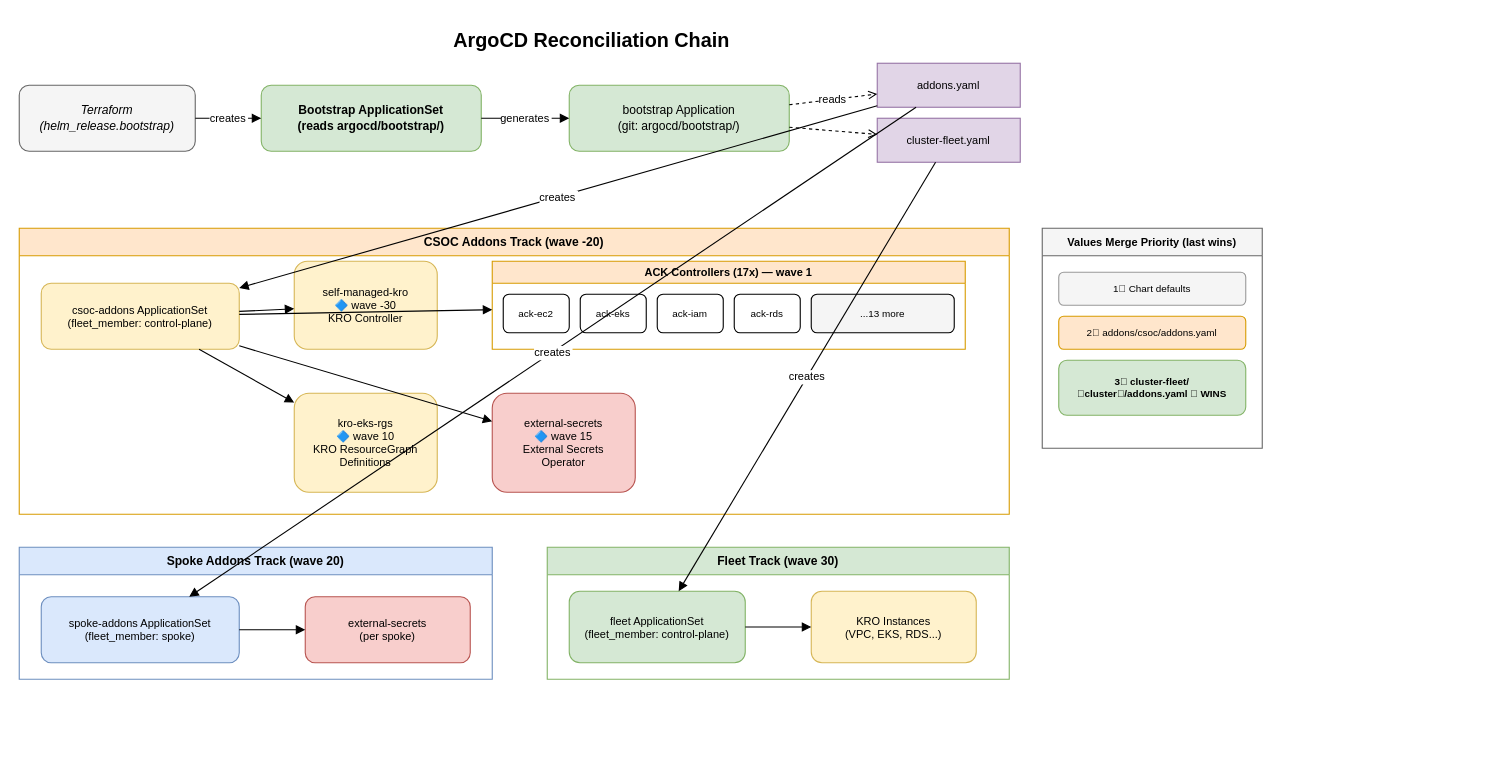
This is docs/diagrams/argocd-reconciliation.drawio from indiana-university/gen3-kro, a draw.io file, before an edit. Source tidied: cells renumbered, new cells numbered last; positions are measured from the earlier drawing's top-left corner, leaving out a move shared by most shapes. Both pictures are drawn from the tidied source at 110%, with x=0, y=0 at pixel (19, 19).
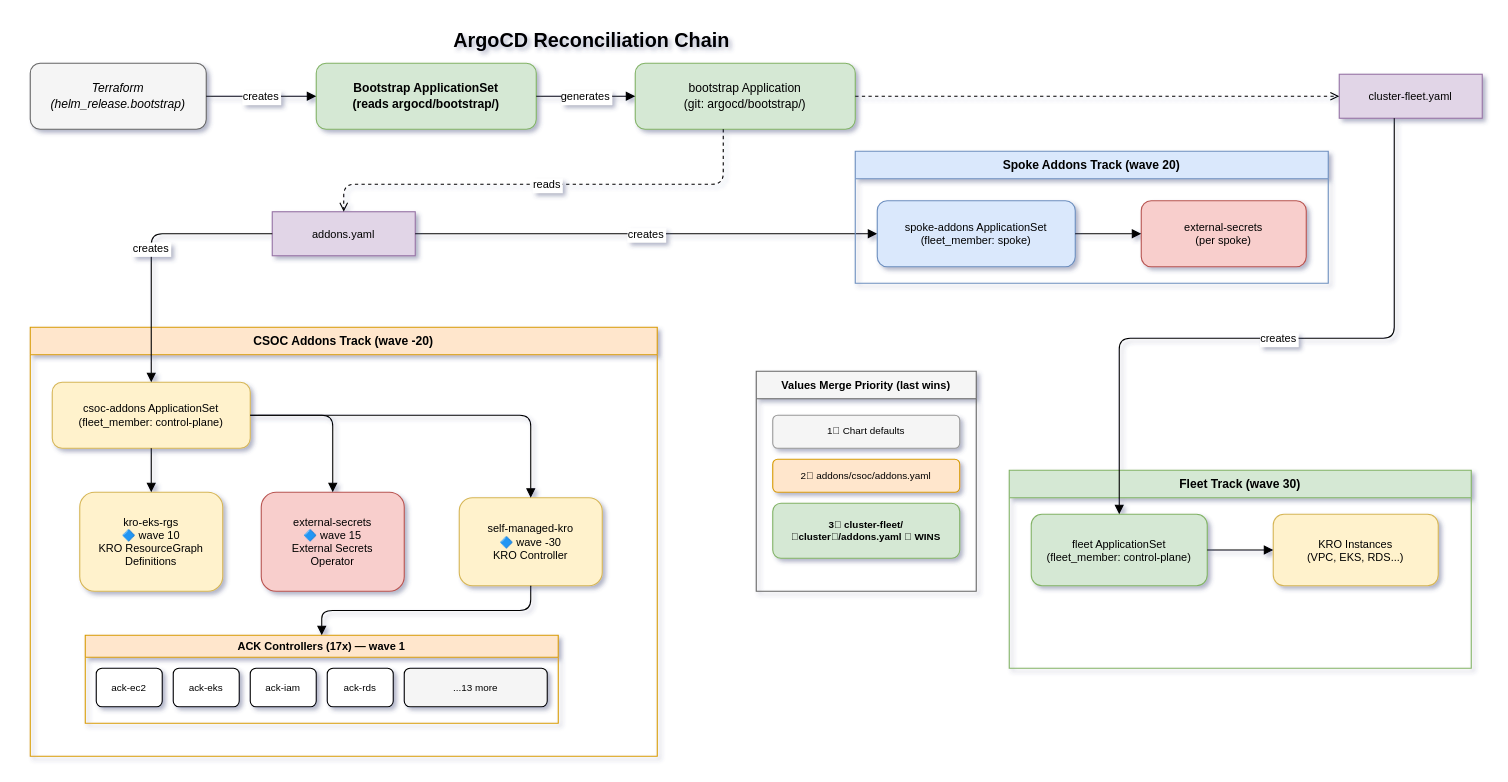
The same diagram, later.

The edit, as a diff of the source:
```diff
@@
-<mxGraphModel background="#FFFFFF">
+<mxGraphModel shadow="1">
@@
-    <mxCell id="3" value="Terraform&#10;(helm_release.bootstrap)" style="rounded=1;whiteSpace=wrap;fillColor=#f5f5f5;strokeColor=#666666;fontSize=11;fontStyle=2;" parent="1" vertex="1">
-      <mxGeometry y="60" width="160" height="60" as="geometry" />
+    <mxCell id="3" value="Terraform&#10;(helm_release.bootstrap)" style="rounded=1;whiteSpace=wrap;fillColor=#f5f5f5;strokeColor=#666666;fontSize=11;fontStyle=2;labelBorderColor=none;fontColor=#000000;" parent="1" vertex="1">
+      <mxGeometry x="10" y="40" width="160" height="60" as="geometry" />
     </mxCell>
-    <mxCell id="4" value="Bootstrap ApplicationSet&#10;(reads argocd/bootstrap/)" style="rounded=1;whiteSpace=wrap;fillColor=#d5e8d4;strokeColor=#82b366;fontSize=11;fontStyle=1;" parent="1" vertex="1">
-      <mxGeometry x="220" y="60" width="200" height="60" as="geometry" />
+    <mxCell id="4" value="Bootstrap ApplicationSet&#10;(reads argocd/bootstrap/)" style="rounded=1;whiteSpace=wrap;fillColor=#d5e8d4;strokeColor=#82b366;fontSize=11;fontStyle=1;labelBorderColor=none;fontColor=#000000;" parent="1" vertex="1">
+      <mxGeometry x="270" y="40" width="200" height="60" as="geometry" />
     </mxCell>
@@
-    <mxCell id="6" value="bootstrap Application&#10;(git: argocd/bootstrap/)" style="rounded=1;whiteSpace=wrap;fillColor=#d5e8d4;strokeColor=#82b366;fontSize=11;" parent="1" vertex="1">
-      <mxGeometry x="500" y="60" width="200" height="60" as="geometry" />
+    <mxCell id="6" value="bootstrap Application&#10;(git: argocd/bootstrap/)" style="rounded=1;whiteSpace=wrap;fillColor=#d5e8d4;strokeColor=#82b366;fontSize=11;labelBorderColor=none;fontColor=#000000;" parent="1" vertex="1">
+      <mxGeometry x="560" y="40" width="200" height="60" as="geometry" />
     </mxCell>
-    <mxCell id="7" value="generates" style="endArrow=block;endFill=1;fontSize=10;" parent="1" edge="1" source="4" target="6">
+    <mxCell id="7" value="generates" style="endArrow=block;endFill=1;fontSize=10;edgeStyle=orthogonalEdgeStyle;" parent="1" edge="1" source="4" target="6">
       <mxGeometry relative="1" as="geometry" />
     </mxCell>
-    <mxCell id="8" value="addons.yaml" style="rounded=0;whiteSpace=wrap;fillColor=#e1d5e7;strokeColor=#9673a6;fontSize=10;" parent="1" vertex="1">
-      <mxGeometry x="780" y="40" width="130" height="40" as="geometry" />
+    <mxCell id="8" value="addons.yaml" style="rounded=0;whiteSpace=wrap;fillColor=#e1d5e7;strokeColor=#9673a6;fontSize=10;labelBorderColor=none;fontColor=#000000;" parent="1" vertex="1">
+      <mxGeometry x="230" y="175" width="130" height="40" as="geometry" />
     </mxCell>
-    <mxCell id="9" value="cluster-fleet.yaml" style="rounded=0;whiteSpace=wrap;fillColor=#e1d5e7;strokeColor=#9673a6;fontSize=10;" parent="1" vertex="1">
-      <mxGeometry x="780" y="90" width="130" height="40" as="geometry" />
+    <mxCell id="9" value="cluster-fleet.yaml" style="rounded=0;whiteSpace=wrap;fillColor=#e1d5e7;strokeColor=#9673a6;fontSize=10;labelBorderColor=none;fontColor=#000000;" parent="1" vertex="1">
+      <mxGeometry x="1200" y="50" width="130" height="40" as="geometry" />
     </mxCell>
-    <mxCell id="10" value="reads" style="endArrow=open;endFill=0;dashed=1;fontSize=10;" parent="1" edge="1" source="6" target="8">
-      <mxGeometry relative="1" as="geometry" />
+    <mxCell id="10" value="reads" style="endArrow=open;endFill=0;dashed=1;fontSize=10;edgeStyle=orthogonalEdgeStyle;" parent="1" edge="1" source="6" target="8">
+      <mxGeometry relative="1" as="geometry">
+        <Array as="points">
+          <mxPoint x="640" y="150" />
+          <mxPoint x="295" y="150" />
+        </Array>
+      </mxGeometry>
     </mxCell>
-    <mxCell id="11" style="endArrow=open;endFill=0;dashed=1;" parent="1" edge="1" source="6" target="9">
+    <mxCell id="11" style="endArrow=open;endFill=0;dashed=1;edgeStyle=orthogonalEdgeStyle;" parent="1" edge="1" source="6" target="9">
       <mxGeometry relative="1" as="geometry" />
     </mxCell>
-    <mxCell id="12" value="CSOC Addons Track (wave -20)" style="swimlane;startSize=25;fillColor=#ffe6cc;strokeColor=#d79b00;fontSize=11;fontStyle=1;" parent="1" vertex="1">
-      <mxGeometry y="190" width="900" height="260" as="geometry" />
+    <mxCell id="12" value="CSOC Addons Track (wave -20)" style="swimlane;startSize=25;fillColor=#ffe6cc;strokeColor=#d79b00;fontSize=11;fontStyle=1;fontColor=#000000;" parent="1" vertex="1">
+      <mxGeometry x="10" y="280" width="570" height="390" as="geometry" />
     </mxCell>
-    <mxCell id="13" value="csoc-addons ApplicationSet&#10;(fleet_member: control-plane)" style="rounded=1;whiteSpace=wrap;fillColor=#fff2cc;strokeColor=#d6b656;fontSize=10;" parent="12" vertex="1">
+    <mxCell id="13" value="csoc-addons ApplicationSet&#10;(fleet_member: control-plane)" style="rounded=1;whiteSpace=wrap;fillColor=#fff2cc;strokeColor=#d6b656;fontSize=10;labelBorderColor=none;fontColor=#000000;" parent="12" vertex="1">
       <mxGeometry x="20" y="50" width="180" height="60" as="geometry" />
     </mxCell>
-    <mxCell id="14" value="self-managed-kro&#10;🔷 wave -30&#10;KRO Controller" style="rounded=1;whiteSpace=wrap;fillColor=#fff2cc;strokeColor=#d6b656;fontSize=10;" parent="12" vertex="1">
-      <mxGeometry x="250" y="30" width="130" height="80" as="geometry" />
+    <mxCell id="14" value="self-managed-kro&#10;🔷 wave -30&#10;KRO Controller" style="rounded=1;whiteSpace=wrap;fillColor=#fff2cc;strokeColor=#d6b656;fontSize=10;labelBorderColor=none;fontColor=#000000;" parent="12" vertex="1">
+      <mxGeometry x="390" y="155" width="130" height="80" as="geometry" />
     </mxCell>
-    <mxCell id="15" value="ACK Controllers (17x) — wave 1" style="swimlane;startSize=20;fillColor=#ffe6cc;strokeColor=#d79b00;fontSize=10;" parent="12" vertex="1">
-      <mxGeometry x="430" y="30" width="430" height="80" as="geometry" />
+    <mxCell id="15" value="ACK Controllers (17x) — wave 1" style="swimlane;startSize=20;fillColor=#ffe6cc;strokeColor=#d79b00;fontSize=10;fontColor=#000000;" parent="12" vertex="1">
+      <mxGeometry x="50" y="280" width="430" height="80" as="geometry" />
     </mxCell>
@@
-    <mxCell id="20" value="...13 more" style="rounded=1;whiteSpace=wrap;fontSize=9;fillColor=#f5f5f5;" parent="15" vertex="1">
+    <mxCell id="20" value="...13 more" style="rounded=1;whiteSpace=wrap;fontSize=9;fillColor=#f5f5f5;fontColor=#000000;" parent="15" vertex="1">
       <mxGeometry x="290" y="30" width="130" height="35" as="geometry" />
     </mxCell>
-    <mxCell id="21" value="kro-eks-rgs&#10;🔷 wave 10&#10;KRO ResourceGraph&#10;Definitions" style="rounded=1;whiteSpace=wrap;fillColor=#fff2cc;strokeColor=#d6b656;fontSize=10;" parent="12" vertex="1">
-      <mxGeometry x="250" y="150" width="130" height="90" as="geometry" />
+    <mxCell id="21" value="kro-eks-rgs&#10;🔷 wave 10&#10;KRO ResourceGraph&#10;Definitions" style="rounded=1;whiteSpace=wrap;fillColor=#fff2cc;strokeColor=#d6b656;fontSize=10;labelBorderColor=none;fontColor=#000000;" parent="12" vertex="1">
+      <mxGeometry x="45" y="150" width="130" height="90" as="geometry" />
     </mxCell>
-    <mxCell id="22" value="external-secrets&#10;🔷 wave 15&#10;External Secrets&#10;Operator" style="rounded=1;whiteSpace=wrap;fillColor=#f8cecc;strokeColor=#b85450;fontSize=10;" parent="12" vertex="1">
-      <mxGeometry x="430" y="150" width="130" height="90" as="geometry" />
+    <mxCell id="22" value="external-secrets&#10;🔷 wave 15&#10;External Secrets&#10;Operator" style="rounded=1;whiteSpace=wrap;fillColor=#f8cecc;strokeColor=#b85450;fontSize=10;labelBorderColor=none;fontColor=#000000;" parent="12" vertex="1">
+      <mxGeometry x="210" y="150" width="130" height="90" as="geometry" />
     </mxCell>
-    <mxCell id="23" style="endArrow=block;endFill=1;" parent="12" edge="1" source="13" target="14">
+    <mxCell id="23" style="endArrow=block;endFill=1;edgeStyle=orthogonalEdgeStyle;" parent="12" edge="1" source="13" target="14">
       <mxGeometry relative="1" as="geometry" />
     </mxCell>
-    <mxCell id="24" style="endArrow=block;endFill=1;" parent="12" edge="1" source="13" target="15">
+    <mxCell id="24" style="endArrow=block;endFill=1;entryX=0.5;entryY=0;entryDx=0;entryDy=0;exitX=0.5;exitY=1;exitDx=0;exitDy=0;edgeStyle=orthogonalEdgeStyle;" parent="12" edge="1" source="14" target="15">
       <mxGeometry relative="1" as="geometry" />
     </mxCell>
@@
-    <mxCell id="26" style="endArrow=block;endFill=1;" parent="12" edge="1" source="13" target="22">
+    <mxCell id="26" style="endArrow=block;endFill=1;edgeStyle=orthogonalEdgeStyle;" parent="12" edge="1" source="13" target="22">
       <mxGeometry relative="1" as="geometry" />
     </mxCell>
-    <mxCell id="27" value="Spoke Addons Track (wave 20)" style="swimlane;startSize=25;fillColor=#dae8fc;strokeColor=#6c8ebf;fontSize=11;fontStyle=1;" parent="1" vertex="1">
-      <mxGeometry y="480" width="430" height="120" as="geometry" />
-    </mxCell>
-    <mxCell id="28" value="spoke-addons ApplicationSet&#10;(fleet_member: spoke)" style="rounded=1;whiteSpace=wrap;fillColor=#dae8fc;strokeColor=#6c8ebf;fontSize=10;" parent="27" vertex="1">
-      <mxGeometry x="20" y="45" width="180" height="60" as="geometry" />
-    </mxCell>
-    <mxCell id="29" value="external-secrets&#10;(per spoke)" style="rounded=1;whiteSpace=wrap;fillColor=#f8cecc;strokeColor=#b85450;fontSize=10;" parent="27" vertex="1">
-      <mxGeometry x="260" y="45" width="150" height="60" as="geometry" />
-    </mxCell>
-    <mxCell id="30" style="endArrow=block;endFill=1;" parent="27" edge="1" source="28" target="29">
-      <mxGeometry relative="1" as="geometry" />
-    </mxCell>
     <mxCell id="31" value="Fleet Track (wave 30)" style="swimlane;startSize=25;fillColor=#d5e8d4;strokeColor=#82b366;fontSize=11;fontStyle=1;" parent="1" vertex="1">
-      <mxGeometry x="480" y="480" width="420" height="120" as="geometry" />
+      <mxGeometry x="900" y="410" width="420" height="180" as="geometry" />
     </mxCell>
-    <mxCell id="32" value="fleet ApplicationSet&#10;(fleet_member: control-plane)" style="rounded=1;whiteSpace=wrap;fillColor=#d5e8d4;strokeColor=#82b366;fontSize=10;" parent="31" vertex="1">
+    <mxCell id="32" value="fleet ApplicationSet&#10;(fleet_member: control-plane)" style="rounded=1;whiteSpace=wrap;fillColor=#d5e8d4;strokeColor=#82b366;fontSize=10;labelBorderColor=none;fontColor=#000000;" parent="31" vertex="1">
       <mxGeometry x="20" y="40" width="160" height="65" as="geometry" />
     </mxCell>
-    <mxCell id="33" value="KRO Instances&#10;(VPC, EKS, RDS...)" style="rounded=1;whiteSpace=wrap;fillColor=#fff2cc;strokeColor=#d6b656;fontSize=10;" parent="31" vertex="1">
+    <mxCell id="33" value="KRO Instances&#10;(VPC, EKS, RDS...)" style="rounded=1;whiteSpace=wrap;fillColor=#fff2cc;strokeColor=#d6b656;fontSize=10;labelBorderColor=none;fontColor=#000000;" parent="31" vertex="1">
       <mxGeometry x="240" y="40" width="150" height="65" as="geometry" />
     </mxCell>
@@
-    <mxCell id="35" value="creates" style="endArrow=block;endFill=1;fontSize=10;" parent="1" edge="1" source="8" target="13">
+    <mxCell id="35" value="creates" style="endArrow=block;endFill=1;fontSize=10;edgeStyle=orthogonalEdgeStyle;" parent="1" edge="1" source="8" target="13">
       <mxGeometry relative="1" as="geometry" />
     </mxCell>
-    <mxCell id="36" value="creates" style="endArrow=block;endFill=1;fontSize=10;" parent="1" edge="1" source="8" target="28">
+    <mxCell id="36" value="creates" style="endArrow=block;endFill=1;fontSize=10;edgeStyle=orthogonalEdgeStyle;" parent="1" edge="1" source="8" target="28">
       <mxGeometry relative="1" as="geometry" />
     </mxCell>
-    <mxCell id="37" value="creates" style="endArrow=block;endFill=1;fontSize=10;" parent="1" edge="1" source="9" target="32">
-      <mxGeometry relative="1" as="geometry" />
+    <mxCell id="37" value="creates" style="endArrow=block;endFill=1;fontSize=10;edgeStyle=orthogonalEdgeStyle;" parent="1" edge="1" source="9" target="32">
+      <mxGeometry relative="1" as="geometry">
+        <Array as="points">
+          <mxPoint x="1250" y="290" />
+          <mxPoint x="1000" y="290" />
+        </Array>
+      </mxGeometry>
     </mxCell>
-    <mxCell id="38" value="Values Merge Priority (last wins)" style="swimlane;startSize=25;fillColor=#f5f5f5;strokeColor=#666666;fontSize=10;fontStyle=1;" parent="1" vertex="1">
-      <mxGeometry x="930" y="190" width="200" height="200" as="geometry" />
+    <mxCell id="38" value="Values Merge Priority (last wins)" style="swimlane;startSize=25;fillColor=#f5f5f5;strokeColor=#666666;fontSize=10;fontStyle=1;labelBorderColor=none;fontColor=#000000;" parent="1" vertex="1">
+      <mxGeometry x="670" y="320" width="200" height="200" as="geometry" />
     </mxCell>
-    <mxCell id="39" value="1⃣ Chart defaults" style="rounded=1;whiteSpace=wrap;fillColor=#f5f5f5;strokeColor=#999999;fontSize=9;" parent="38" vertex="1">
+    <mxCell id="39" value="1⃣ Chart defaults" style="rounded=1;whiteSpace=wrap;fillColor=#f5f5f5;strokeColor=#999999;fontSize=9;labelBorderColor=none;fontColor=#000000;" parent="38" vertex="1">
       <mxGeometry x="15" y="40" width="170" height="30" as="geometry" />
     </mxCell>
-    <mxCell id="40" value="2⃣ addons/csoc/addons.yaml" style="rounded=1;whiteSpace=wrap;fillColor=#ffe6cc;strokeColor=#d79b00;fontSize=9;" parent="38" vertex="1">
+    <mxCell id="40" value="2⃣ addons/csoc/addons.yaml" style="rounded=1;whiteSpace=wrap;fillColor=#ffe6cc;strokeColor=#d79b00;fontSize=9;labelBorderColor=none;fontColor=#000000;" parent="38" vertex="1">
       <mxGeometry x="15" y="80" width="170" height="30" as="geometry" />
     </mxCell>
-    <mxCell id="41" value="3⃣ cluster-fleet/⟨cluster⟩/addons.yaml ✓ WINS" style="rounded=1;whiteSpace=wrap;fillColor=#d5e8d4;strokeColor=#82b366;fontSize=9;fontStyle=1;" parent="38" vertex="1">
+    <mxCell id="41" value="3⃣ cluster-fleet/⟨cluster⟩/addons.yaml ✓ WINS" style="rounded=1;whiteSpace=wrap;fillColor=#d5e8d4;strokeColor=#82b366;fontSize=9;fontStyle=1;labelBorderColor=none;fontColor=#000000;" parent="38" vertex="1">
       <mxGeometry x="15" y="120" width="170" height="50" as="geometry" />
     </mxCell>
+    <mxCell id="27" value="Spoke Addons Track (wave 20)" style="swimlane;startSize=25;fillColor=#dae8fc;strokeColor=#6c8ebf;fontSize=11;fontStyle=1;" parent="1" vertex="1">
+      <mxGeometry x="760" y="120" width="430" height="120" as="geometry" />
+    </mxCell>
+    <mxCell id="28" value="spoke-addons ApplicationSet&#10;(fleet_member: spoke)" style="rounded=1;whiteSpace=wrap;fillColor=#dae8fc;strokeColor=#6c8ebf;fontSize=10;labelBorderColor=none;fontColor=#000000;" parent="27" vertex="1">
+      <mxGeometry x="20" y="45" width="180" height="60" as="geometry" />
+    </mxCell>
+    <mxCell id="29" value="external-secrets&#10;(per spoke)" style="rounded=1;whiteSpace=wrap;fillColor=#f8cecc;strokeColor=#b85450;fontSize=10;labelBorderColor=none;fontColor=#000000;" parent="27" vertex="1">
+      <mxGeometry x="260" y="45" width="150" height="60" as="geometry" />
+    </mxCell>
+    <mxCell id="30" style="endArrow=block;endFill=1;" parent="27" edge="1" source="28" target="29">
+      <mxGeometry relative="1" as="geometry" />
+    </mxCell>
```
